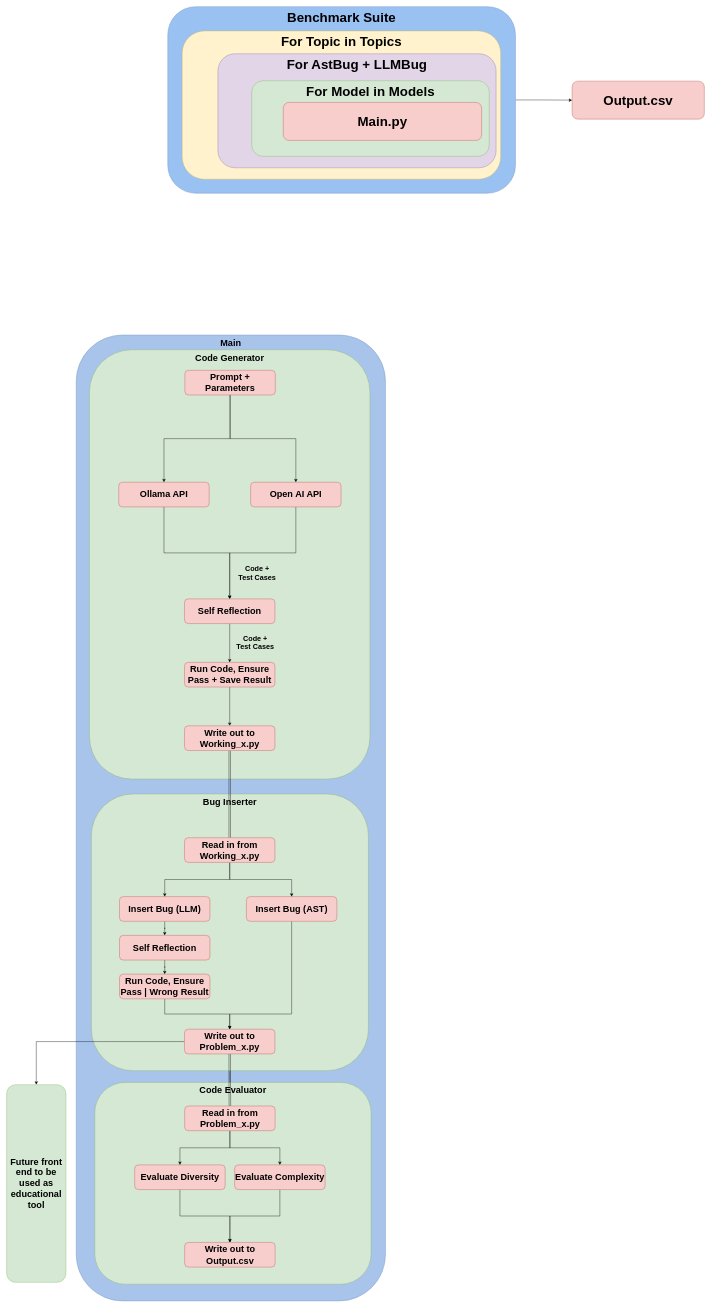
Above: Reports/Final/Images/Code_Structure.drawio in Patrick941/MAIProject (draw.io), before the change. Source tidied: cells renumbered, new cells numbered last; positions are measured from the earlier drawing's top-left corner, leaving out a move shared by most shapes. Both pictures are drawn from the tidied source at 38%, with x=0, y=0 at pixel (6, 6).
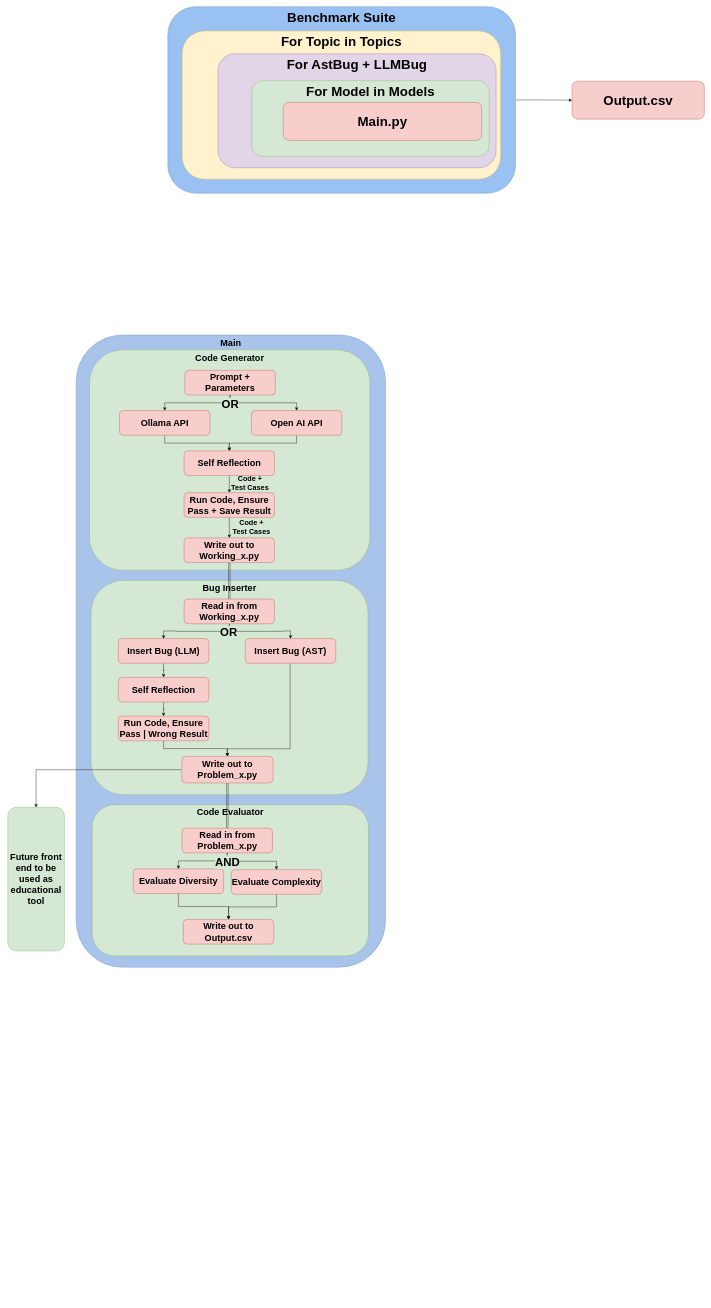
After the change.

Unchanged cells that the change refers to:
```xml
<mxCell id="9" style="edgeStyle=orthogonalEdgeStyle;rounded=0;jettySize=auto;html=1;entryX=0.5;entryY=0;entryDx=0;entryDy=0;" parent="1" edge="1" source="11" target="21">
  <mxGeometry relative="1" as="geometry" />
</mxCell>
<mxCell id="28" style="edgeStyle=orthogonalEdgeStyle;rounded=0;jettySize=auto;html=1;entryX=0.5;entryY=0;entryDx=0;entryDy=0;" parent="1" edge="1" source="29" target="15">
  <mxGeometry relative="1" as="geometry" />
</mxCell>
```

Change to the diagram source:
```diff
@@
     <mxCell id="2" value="Main" style="rounded=1;whiteSpace=wrap;html=1;verticalAlign=top;fontStyle=1;fontSize=24;fillColor=#A9C4EB;strokeColor=#6c8ebf;gradientColor=none;" parent="1" vertex="1">
-      <mxGeometry x="183" y="864" width="814" height="2542" as="geometry" />
+      <mxGeometry x="183" y="864" width="814" height="1664" as="geometry" />
     </mxCell>
     <mxCell id="3" value="Code Generator" style="rounded=1;whiteSpace=wrap;html=1;verticalAlign=top;fontStyle=1;fontSize=24;fillColor=#d5e8d4;strokeColor=#82b366;" parent="1" vertex="1">
-      <mxGeometry x="218" y="903" width="738" height="1129.5" as="geometry" />
+      <mxGeometry x="218" y="903" width="738" height="580" as="geometry" />
     </mxCell>
@@
     <mxCell id="5" value="Open AI API" style="rounded=1;whiteSpace=wrap;html=1;verticalAlign=middle;fontStyle=1;fontSize=24;fillColor=#f8cecc;strokeColor=#b85450;" parent="1" vertex="1">
-      <mxGeometry x="642" y="1251.5" width="238" height="65" as="geometry" />
+      <mxGeometry x="644" y="1063" width="238" height="65" as="geometry" />
     </mxCell>
-    <mxCell id="6" style="edgeStyle=orthogonalEdgeStyle;rounded=0;jettySize=auto;html=1;" parent="1" edge="1" source="7" target="39">
-      <mxGeometry relative="1" as="geometry" />
-    </mxCell>
     <mxCell id="7" value="Bug Inserter" style="rounded=1;whiteSpace=wrap;html=1;verticalAlign=top;fontStyle=1;fontSize=24;fillColor=#d5e8d4;strokeColor=#82b366;" parent="1" vertex="1">
-      <mxGeometry x="223" y="2072" width="729" height="728" as="geometry" />
+      <mxGeometry x="222" y="1510" width="729" height="564" as="geometry" />
     </mxCell>
     <mxCell id="8" value="Code Evaluator" style="rounded=1;whiteSpace=wrap;html=1;verticalAlign=top;fontStyle=1;fontSize=24;fillColor=#d5e8d4;strokeColor=#82b366;" parent="1" vertex="1">
-      <mxGeometry x="232" y="2831" width="727" height="531" as="geometry" />
+      <mxGeometry x="225" y="2100" width="727" height="398" as="geometry" />
     </mxCell>
@@
     <mxCell id="10" value="Code +&lt;br style=&quot;font-size: 19px;&quot;&gt;Test Cases" style="edgeLabel;html=1;align=center;verticalAlign=middle;fontSize=19;labelBackgroundColor=none;fontStyle=1;" parent="9" vertex="1">
       <mxGeometry x="0.66" y="-2" relative="1" as="geometry">
-        <mxPoint x="68" y="186" as="offset" />
+        <mxPoint x="69" y="104" as="offset" />
       </mxGeometry>
     </mxCell>
     <mxCell id="11" value="Ollama API" style="rounded=1;whiteSpace=wrap;html=1;verticalAlign=middle;fontStyle=1;fontSize=24;fillColor=#f8cecc;strokeColor=#b85450;" parent="1" vertex="1">
-      <mxGeometry x="295" y="1251.5" width="238" height="65" as="geometry" />
+      <mxGeometry x="297" y="1063" width="238" height="65" as="geometry" />
     </mxCell>
@@
     <mxCell id="13" value="Insert Bug (LLM)" style="rounded=1;whiteSpace=wrap;html=1;verticalAlign=middle;fontStyle=1;fontSize=24;fillColor=#f8cecc;strokeColor=#b85450;" parent="1" vertex="1">
-      <mxGeometry x="297" y="2342" width="238" height="65" as="geometry" />
+      <mxGeometry x="294" y="1663" width="238" height="65" as="geometry" />
     </mxCell>
     <mxCell id="14" style="edgeStyle=orthogonalEdgeStyle;rounded=0;jettySize=auto;html=1;entryX=0.5;entryY=0;entryDx=0;entryDy=0;" parent="1" edge="1" source="15" target="36">
       <mxGeometry relative="1" as="geometry">
         <Array as="points">
-          <mxPoint x="750" y="2651" />
-          <mxPoint x="587" y="2651" />
+          <mxPoint x="746" y="1953" />
+          <mxPoint x="580" y="1953" />
+          <mxPoint x="580" y="1973" />
         </Array>
       </mxGeometry>
     </mxCell>
     <mxCell id="15" value="Insert Bug (AST)" style="rounded=1;whiteSpace=wrap;html=1;verticalAlign=middle;fontStyle=1;fontSize=24;fillColor=#f8cecc;strokeColor=#b85450;" parent="1" vertex="1">
-      <mxGeometry x="631" y="2342" width="238" height="65" as="geometry" />
+      <mxGeometry x="628" y="1663" width="238" height="65" as="geometry" />
     </mxCell>
@@
     <mxCell id="17" value="Evaluate Diversity" style="rounded=1;whiteSpace=wrap;html=1;verticalAlign=middle;fontStyle=1;fontSize=24;fillColor=#f8cecc;strokeColor=#b85450;" parent="1" vertex="1">
-      <mxGeometry x="337" y="3048" width="238" height="65" as="geometry" />
+      <mxGeometry x="333" y="2269" width="238" height="65" as="geometry" />
     </mxCell>
@@
     <mxCell id="19" value="Evaluate Complexity" style="rounded=1;whiteSpace=wrap;html=1;verticalAlign=middle;fontStyle=1;fontSize=24;fillColor=#f8cecc;strokeColor=#b85450;" parent="1" vertex="1">
-      <mxGeometry x="600" y="3048" width="238" height="65" as="geometry" />
+      <mxGeometry x="591" y="2271" width="238" height="65" as="geometry" />
     </mxCell>
@@
     <mxCell id="21" value="Self Reflection" style="rounded=1;whiteSpace=wrap;html=1;verticalAlign=middle;fontStyle=1;fontSize=24;fillColor=#f8cecc;strokeColor=#b85450;" parent="1" vertex="1">
-      <mxGeometry x="468" y="1558.5" width="238" height="65" as="geometry" />
+      <mxGeometry x="467" y="1169" width="238" height="65" as="geometry" />
     </mxCell>
@@
     <mxCell id="23" value="Run Code, Ensure Pass + Save Result" style="rounded=1;whiteSpace=wrap;html=1;verticalAlign=middle;fontStyle=1;fontSize=24;fillColor=#f8cecc;strokeColor=#b85450;" parent="1" vertex="1">
-      <mxGeometry x="468" y="1725.5" width="238" height="65" as="geometry" />
+      <mxGeometry x="467" y="1279" width="238" height="65" as="geometry" />
     </mxCell>
     <mxCell id="24" value="Code +&lt;br style=&quot;font-size: 19px;&quot;&gt;Test Cases" style="edgeLabel;html=1;align=center;verticalAlign=middle;fontSize=19;labelBackgroundColor=none;fontStyle=1;" parent="1" vertex="1">
-      <mxGeometry x="658" y="1490.5" as="geometry" />
+      <mxGeometry x="643" y="1369" as="geometry" />
     </mxCell>
@@
     <mxCell id="26" value="Write out to Working_x.py" style="rounded=1;whiteSpace=wrap;html=1;verticalAlign=middle;fontStyle=1;fontSize=24;fillColor=#f8cecc;strokeColor=#b85450;" parent="1" vertex="1">
-      <mxGeometry x="468" y="1892.5" width="238" height="65" as="geometry" />
+      <mxGeometry x="467" y="1398" width="238" height="65" as="geometry" />
     </mxCell>
@@
+    <mxCell id="52" value="OR" style="edgeLabel;html=1;align=center;verticalAlign=middle;labelBackgroundColor=light-dark(#d5e8d4, #ededed);fontSize=30;fontStyle=1;" parent="28" vertex="1">
+      <mxGeometry x="-0.8" y="-4" relative="1" as="geometry">
+        <mxPoint x="-3" y="-2" as="offset" />
+      </mxGeometry>
+    </mxCell>
     <mxCell id="29" value="Read in from Working_x.py" style="rounded=1;whiteSpace=wrap;html=1;verticalAlign=middle;fontStyle=1;fontSize=24;fillColor=#f8cecc;strokeColor=#b85450;" parent="1" vertex="1">
-      <mxGeometry x="468" y="2187" width="238" height="65" as="geometry" />
+      <mxGeometry x="467" y="1559" width="238" height="65" as="geometry" />
     </mxCell>
@@
     <mxCell id="31" value="Self Reflection" style="rounded=1;whiteSpace=wrap;html=1;verticalAlign=middle;fontStyle=1;fontSize=24;fillColor=#f8cecc;strokeColor=#b85450;" parent="1" vertex="1">
-      <mxGeometry x="297" y="2444" width="238" height="65" as="geometry" />
+      <mxGeometry x="294" y="1765" width="238" height="65" as="geometry" />
     </mxCell>
@@
     <mxCell id="33" value="Run Code, Ensure Pass | Wrong Result" style="rounded=1;whiteSpace=wrap;html=1;verticalAlign=middle;fontStyle=1;fontSize=24;fillColor=#f8cecc;strokeColor=#b85450;" parent="1" vertex="1">
-      <mxGeometry x="297" y="2546" width="238" height="65" as="geometry" />
+      <mxGeometry x="294" y="1867" width="238" height="65" as="geometry" />
     </mxCell>
@@
     <mxCell id="36" value="Write out to Problem_x.py" style="rounded=1;whiteSpace=wrap;html=1;verticalAlign=middle;fontStyle=1;fontSize=24;fillColor=#f8cecc;strokeColor=#b85450;" parent="1" vertex="1">
-      <mxGeometry x="468" y="2691" width="238" height="65" as="geometry" />
+      <mxGeometry x="461" y="1973" width="240" height="70" as="geometry" />
     </mxCell>
@@
     <mxCell id="39" value="Read in from Problem_x.py" style="rounded=1;whiteSpace=wrap;html=1;verticalAlign=middle;fontStyle=1;fontSize=24;fillColor=#f8cecc;strokeColor=#b85450;" parent="1" vertex="1">
-      <mxGeometry x="468.5" y="2893" width="238" height="65" as="geometry" />
+      <mxGeometry x="461.5" y="2162" width="238" height="65" as="geometry" />
     </mxCell>
     <mxCell id="40" value="Write out to Output.csv" style="rounded=1;whiteSpace=wrap;html=1;verticalAlign=middle;fontStyle=1;fontSize=24;fillColor=#f8cecc;strokeColor=#b85450;" parent="1" vertex="1">
-      <mxGeometry x="468.5" y="3252" width="238" height="65" as="geometry" />
+      <mxGeometry x="465" y="2402" width="238" height="65" as="geometry" />
     </mxCell>
@@
     <mxCell id="51" value="Future front end to be used as educational tool" style="rounded=1;whiteSpace=wrap;html=1;verticalAlign=middle;fontStyle=1;fontSize=24;fillColor=#d5e8d4;strokeColor=#82b366;align=center;" parent="1" vertex="1">
-      <mxGeometry y="2837" width="156" height="520" as="geometry" />
+      <mxGeometry x="3" y="2107" width="149" height="378" as="geometry" />
     </mxCell>
+    <mxCell id="53" value="OR" style="edgeLabel;html=1;align=center;verticalAlign=middle;labelBackgroundColor=light-dark(#d5e8d4, #ededed);fontSize=30;fontStyle=1;" parent="1" vertex="1">
+      <mxGeometry x="590" y="1344" as="geometry">
+        <mxPoint x="-3" y="-298" as="offset" />
+      </mxGeometry>
+    </mxCell>
+    <mxCell id="54" value="AND" style="edgeLabel;html=1;align=center;verticalAlign=middle;labelBackgroundColor=light-dark(#d5e8d4, #ededed);fontSize=30;fontStyle=1;" parent="1" vertex="1">
+      <mxGeometry x="603" y="1952" as="geometry">
+        <mxPoint x="-23" y="298" as="offset" />
+      </mxGeometry>
+    </mxCell>
```
